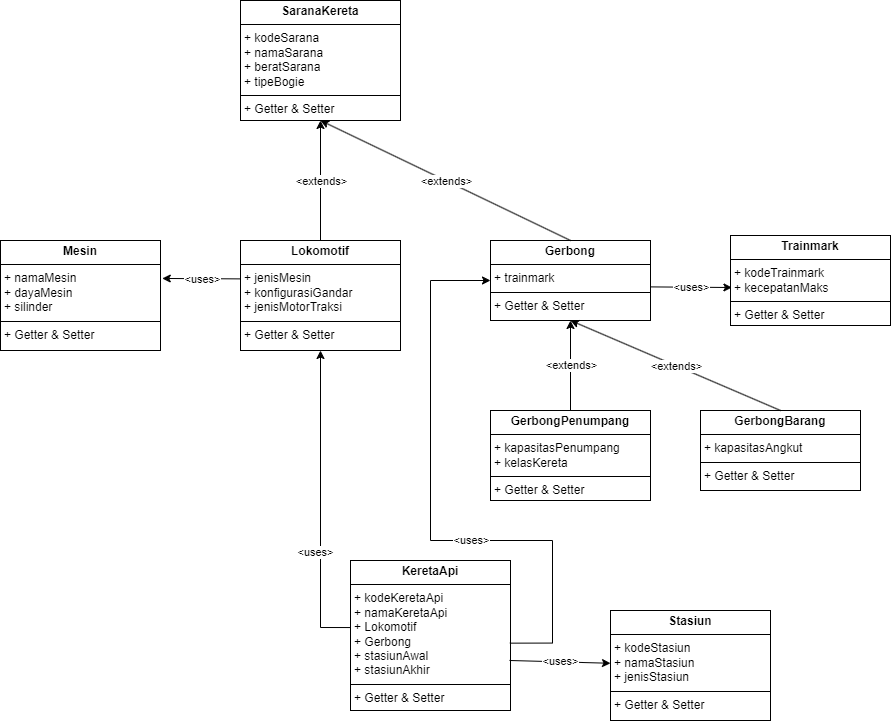
This is diagram.png from arxisthingy/TP3DPBO2425C1, a draw.io export, as it was before one commit. Source tidied: cells renumbered, new cells last; positions are measured from the earlier drawing's top-left corner, leaving out a move shared by most shapes.
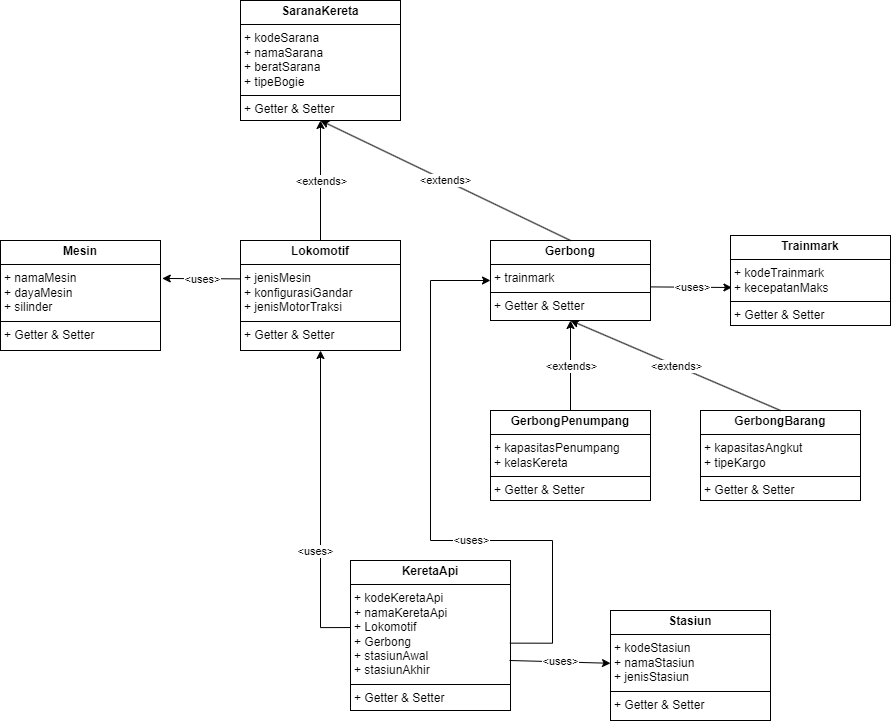
Above is the later version.

The edit, as a diff of the source:
```diff
@@ -55,8 +55,8 @@
     <mxCell id="18" value="&lt;p style=&quot;margin:0px;margin-top:4px;text-align:center;&quot;&gt;&lt;b&gt;GerbongPenumpang&lt;/b&gt;&lt;/p&gt;&lt;hr size=&quot;1&quot; style=&quot;border-style:solid;&quot;&gt;&lt;p style=&quot;margin:0px;margin-left:4px;&quot;&gt;+ kapasitasPenumpang&lt;br&gt;&lt;/p&gt;&lt;p style=&quot;margin:0px;margin-left:4px;&quot;&gt;+ kelasKereta&lt;/p&gt;&lt;hr size=&quot;1&quot; style=&quot;border-style:solid;&quot;&gt;&lt;p style=&quot;margin:0px;margin-left:4px;&quot;&gt;+ Getter &amp;amp; Setter&lt;/p&gt;" style="verticalAlign=top;align=left;overflow=fill;html=1;whiteSpace=wrap;" parent="1" vertex="1">
       <mxGeometry x="490" y="410" width="160" height="90" as="geometry" />
     </mxCell>
-    <mxCell id="19" value="&lt;p style=&quot;margin:0px;margin-top:4px;text-align:center;&quot;&gt;&lt;b&gt;GerbongBarang&lt;/b&gt;&lt;/p&gt;&lt;hr size=&quot;1&quot; style=&quot;border-style:solid;&quot;&gt;&lt;p style=&quot;margin:0px;margin-left:4px;&quot;&gt;+ kapasitasAngkut&lt;/p&gt;&lt;hr size=&quot;1&quot; style=&quot;border-style:solid;&quot;&gt;&lt;p style=&quot;margin:0px;margin-left:4px;&quot;&gt;+ Getter &amp;amp; Setter&lt;/p&gt;" style="verticalAlign=top;align=left;overflow=fill;html=1;whiteSpace=wrap;" parent="1" vertex="1">
-      <mxGeometry x="700" y="410" width="160" height="80" as="geometry" />
+    <mxCell id="19" value="&lt;p style=&quot;margin:0px;margin-top:4px;text-align:center;&quot;&gt;&lt;b&gt;GerbongBarang&lt;/b&gt;&lt;/p&gt;&lt;hr size=&quot;1&quot; style=&quot;border-style:solid;&quot;&gt;&lt;p style=&quot;margin:0px;margin-left:4px;&quot;&gt;+ kapasitasAngkut&lt;br&gt;+ tipeKargo&lt;/p&gt;&lt;hr size=&quot;1&quot; style=&quot;border-style:solid;&quot;&gt;&lt;p style=&quot;margin:0px;margin-left:4px;&quot;&gt;+ Getter &amp;amp; Setter&lt;/p&gt;" style="verticalAlign=top;align=left;overflow=fill;html=1;whiteSpace=wrap;" parent="1" vertex="1">
+      <mxGeometry x="700" y="410" width="160" height="90" as="geometry" />
     </mxCell>
     <mxCell id="20" style="endArrow=classic;html=1;rounded=0;exitX=0.5;exitY=0;exitDx=0;exitDy=0;entryX=0.5;entryY=1;entryDx=0;entryDy=0;" parent="1" edge="1" source="18" target="4">
       <mxGeometry relative="1" as="geometry" />
```
